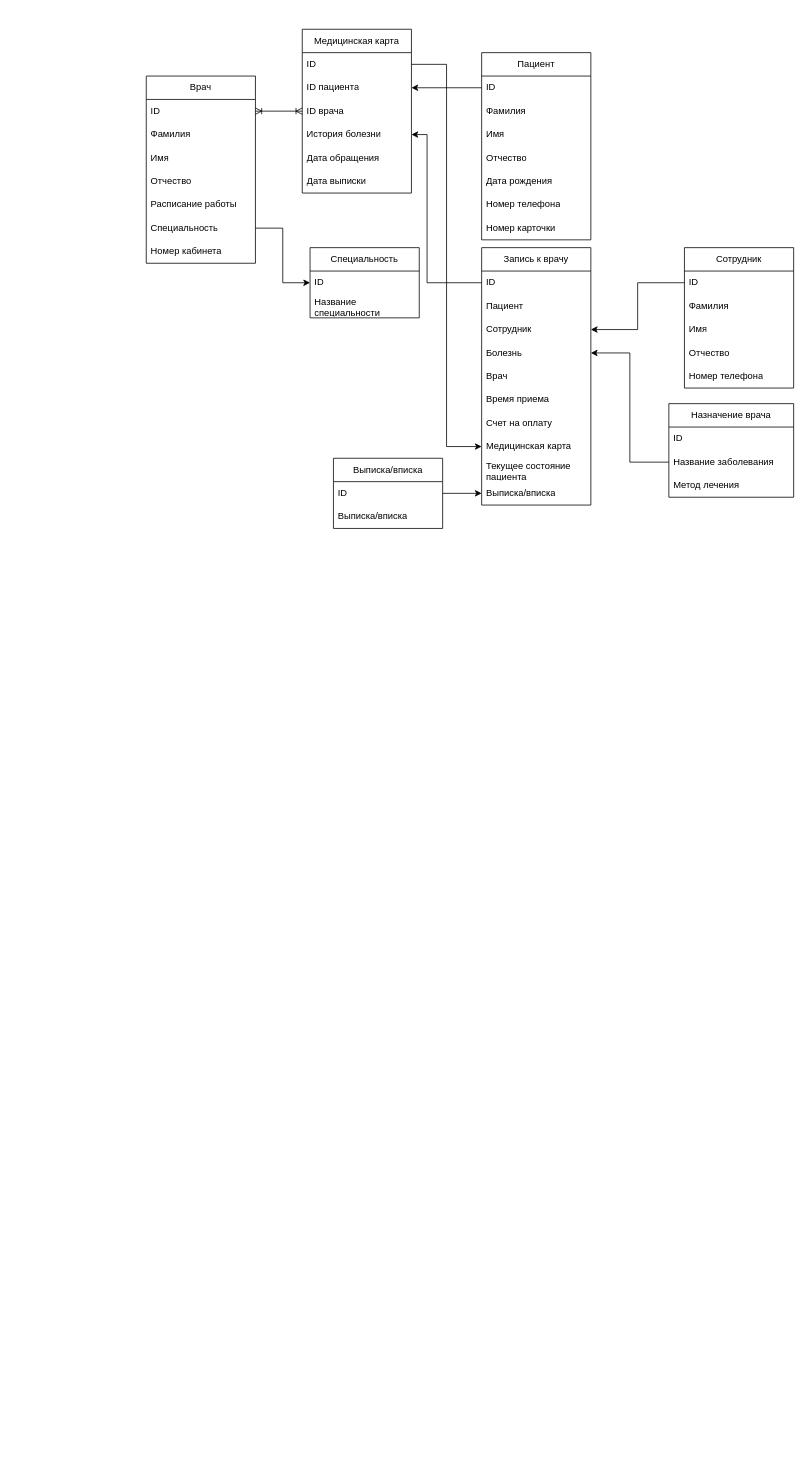
This is Диаграмма без названия.drawio from Marr1nna/-6, a draw.io file, before an edit. Source tidied: cells renumbered, new cells numbered last; positions are measured from the earlier drawing's top-left corner, leaving out a move shared by most shapes. Both pictures are drawn from the tidied source at 78%, with x=0, y=0 at pixel (146, 29).
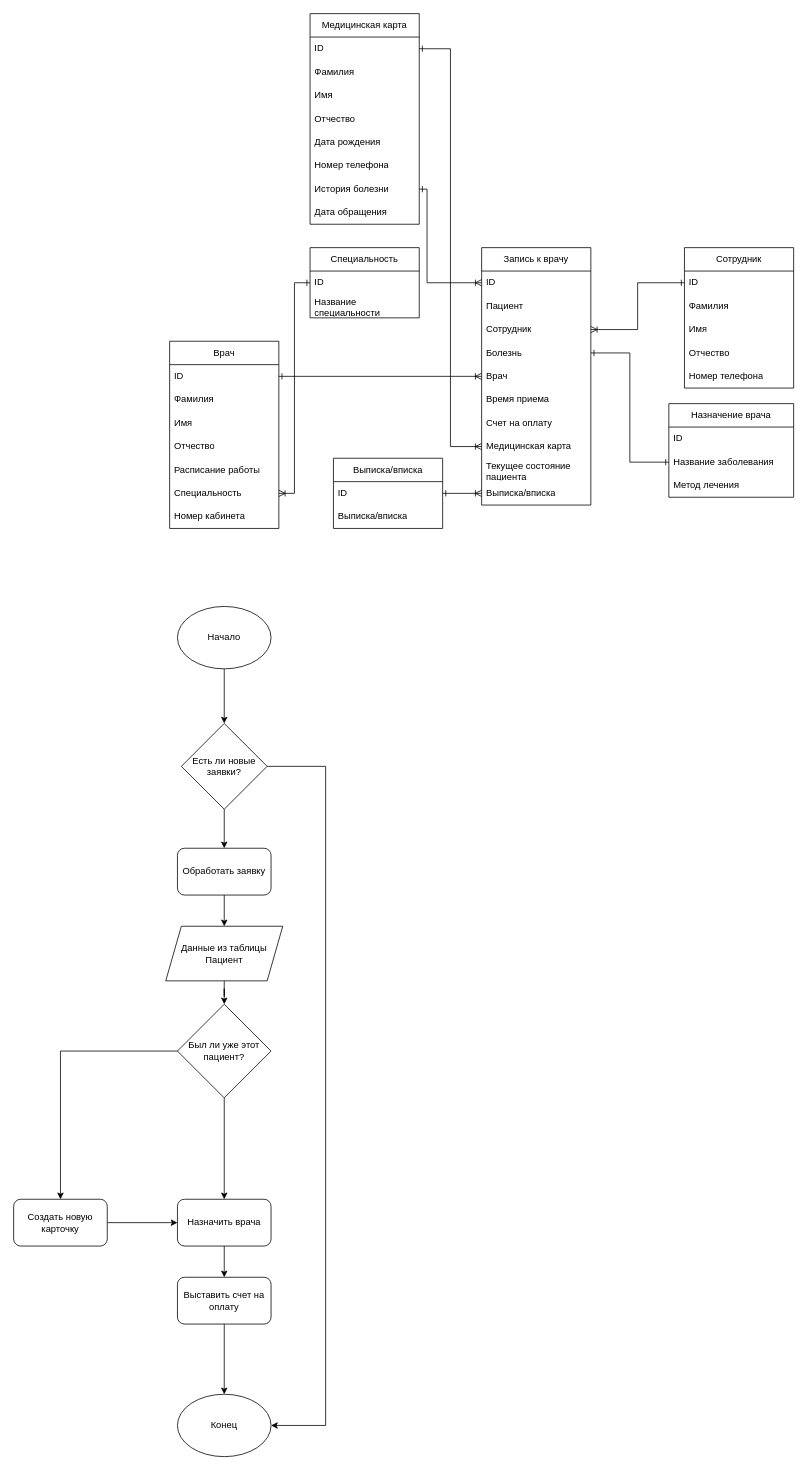
After the change.

Unchanged cells that the change refers to:
```xml
<mxCell id="3" value="ID" style="text;strokeColor=none;fillColor=none;align=left;verticalAlign=middle;spacingLeft=4;spacingRight=4;overflow=hidden;points=[[0,0.5],[1,0.5]];portConstraint=eastwest;whiteSpace=wrap;html=1;" parent="2" vertex="1">
  <mxGeometry y="30" width="140" height="30" as="geometry" />
</mxCell>
<mxCell id="8" value="Специальность" style="text;strokeColor=none;fillColor=none;align=left;verticalAlign=middle;spacingLeft=4;spacingRight=4;overflow=hidden;points=[[0,0.5],[1,0.5]];portConstraint=eastwest;whiteSpace=wrap;html=1;" parent="2" vertex="1">
  <mxGeometry y="180" width="140" height="30" as="geometry" />
</mxCell>
<mxCell id="20" value="Название заболевания" style="text;strokeColor=none;fillColor=none;align=left;verticalAlign=middle;spacingLeft=4;spacingRight=4;overflow=hidden;points=[[0,0.5],[1,0.5]];portConstraint=eastwest;whiteSpace=wrap;html=1;" parent="18" vertex="1">
  <mxGeometry y="60" width="160" height="30" as="geometry" />
</mxCell>
<mxCell id="23" value="ID" style="text;strokeColor=none;fillColor=none;align=left;verticalAlign=middle;spacingLeft=4;spacingRight=4;overflow=hidden;points=[[0,0.5],[1,0.5]];portConstraint=eastwest;whiteSpace=wrap;html=1;" parent="22" vertex="1">
  <mxGeometry y="30" width="140" height="30" as="geometry" />
</mxCell>
<mxCell id="32" value="ID" style="text;strokeColor=none;fillColor=none;align=left;verticalAlign=middle;spacingLeft=4;spacingRight=4;overflow=hidden;points=[[0,0.5],[1,0.5]];portConstraint=eastwest;whiteSpace=wrap;html=1;" parent="31" vertex="1">
  <mxGeometry y="30" width="140" height="30" as="geometry" />
</mxCell>
<mxCell id="36" value="ID" style="text;strokeColor=none;fillColor=none;align=left;verticalAlign=middle;spacingLeft=4;spacingRight=4;overflow=hidden;points=[[0,0.5],[1,0.5]];portConstraint=eastwest;whiteSpace=wrap;html=1;" parent="35" vertex="1">
  <mxGeometry y="30" width="140" height="30" as="geometry" />
</mxCell>
<mxCell id="42" value="ID" style="text;strokeColor=none;fillColor=none;align=left;verticalAlign=middle;spacingLeft=4;spacingRight=4;overflow=hidden;points=[[0,0.5],[1,0.5]];portConstraint=eastwest;whiteSpace=wrap;html=1;" parent="41" vertex="1">
  <mxGeometry y="30" width="140" height="30" as="geometry" />
</mxCell>
<mxCell id="44" value="Сотрудник" style="text;strokeColor=none;fillColor=none;align=left;verticalAlign=middle;spacingLeft=4;spacingRight=4;overflow=hidden;points=[[0,0.5],[1,0.5]];portConstraint=eastwest;whiteSpace=wrap;html=1;" parent="41" vertex="1">
  <mxGeometry y="90" width="140" height="30" as="geometry" />
</mxCell>
<mxCell id="45" value="Болезнь" style="text;strokeColor=none;fillColor=none;align=left;verticalAlign=middle;spacingLeft=4;spacingRight=4;overflow=hidden;points=[[0,0.5],[1,0.5]];portConstraint=eastwest;whiteSpace=wrap;html=1;" parent="41" vertex="1">
  <mxGeometry y="120" width="140" height="30" as="geometry" />
</mxCell>
<mxCell id="46" value="Врач" style="text;strokeColor=none;fillColor=none;align=left;verticalAlign=middle;spacingLeft=4;spacingRight=4;overflow=hidden;points=[[0,0.5],[1,0.5]];portConstraint=eastwest;whiteSpace=wrap;html=1;" parent="41" vertex="1">
  <mxGeometry y="150" width="140" height="30" as="geometry" />
</mxCell>
<mxCell id="49" value="Медицинская карта" style="text;strokeColor=none;fillColor=none;align=left;verticalAlign=middle;spacingLeft=4;spacingRight=4;overflow=hidden;points=[[0,0.5],[1,0.5]];portConstraint=eastwest;whiteSpace=wrap;html=1;" parent="41" vertex="1">
  <mxGeometry y="240" width="140" height="30" as="geometry" />
</mxCell>
<mxCell id="51" value="Выписка/вписка" style="text;strokeColor=none;fillColor=none;align=left;verticalAlign=middle;spacingLeft=4;spacingRight=4;overflow=hidden;points=[[0,0.5],[1,0.5]];portConstraint=eastwest;whiteSpace=wrap;html=1;" parent="41" vertex="1">
  <mxGeometry y="300" width="140" height="30" as="geometry" />
</mxCell>
<mxCell id="57" value="ID" style="text;strokeColor=none;fillColor=none;align=left;verticalAlign=middle;spacingLeft=4;spacingRight=4;overflow=hidden;points=[[0,0.5],[1,0.5]];portConstraint=eastwest;whiteSpace=wrap;html=1;" parent="56" vertex="1">
  <mxGeometry y="30" width="140" height="30" as="geometry" />
</mxCell>
```

Diff of the diagram source:
```diff
@@
     <mxCell id="2" value="Врач" style="swimlane;fontStyle=0;horizontal=1;startSize=30;whiteSpace=wrap;html=1;" parent="1" vertex="1">
-      <mxGeometry y="60" width="140" height="240" as="geometry" />
+      <mxGeometry x="30" y="400" width="140" height="240" as="geometry" />
     </mxCell>
@@
-    <mxCell id="10" value="Пациент" style="swimlane;fontStyle=0;horizontal=1;startSize=30;whiteSpace=wrap;html=1;" parent="1" vertex="1">
-      <mxGeometry x="430" y="30" width="140" height="240" as="geometry" />
-    </mxCell>
-    <mxCell id="11" value="ID" style="text;strokeColor=none;fillColor=none;align=left;verticalAlign=middle;spacingLeft=4;spacingRight=4;overflow=hidden;points=[[0,0.5],[1,0.5]];portConstraint=eastwest;whiteSpace=wrap;html=1;" parent="10" vertex="1">
-      <mxGeometry y="30" width="140" height="30" as="geometry" />
-    </mxCell>
-    <mxCell id="12" value="Фамилия" style="text;strokeColor=none;fillColor=none;align=left;verticalAlign=middle;spacingLeft=4;spacingRight=4;overflow=hidden;whiteSpace=wrap;html=1;" parent="10" vertex="1">
-      <mxGeometry y="60" width="140" height="30" as="geometry" />
-    </mxCell>
-    <mxCell id="13" value="Имя" style="text;strokeColor=none;fillColor=none;align=left;verticalAlign=middle;spacingLeft=4;spacingRight=4;overflow=hidden;whiteSpace=wrap;html=1;" parent="10" vertex="1">
-      <mxGeometry y="90" width="140" height="30" as="geometry" />
-    </mxCell>
-    <mxCell id="14" value="Отчество" style="text;strokeColor=none;fillColor=none;align=left;verticalAlign=middle;spacingLeft=4;spacingRight=4;overflow=hidden;whiteSpace=wrap;html=1;" parent="10" vertex="1">
-      <mxGeometry y="120" width="140" height="30" as="geometry" />
-    </mxCell>
-    <mxCell id="15" value="Дата рождения" style="text;strokeColor=none;fillColor=none;align=left;verticalAlign=middle;spacingLeft=4;spacingRight=4;overflow=hidden;whiteSpace=wrap;html=1;" parent="10" vertex="1">
-      <mxGeometry y="150" width="140" height="30" as="geometry" />
-    </mxCell>
-    <mxCell id="16" value="Номер телефона" style="text;strokeColor=none;fillColor=none;align=left;verticalAlign=middle;spacingLeft=4;spacingRight=4;overflow=hidden;whiteSpace=wrap;html=1;" parent="10" vertex="1">
-      <mxGeometry y="180" width="140" height="30" as="geometry" />
-    </mxCell>
-    <mxCell id="17" value="Номер карточки" style="text;strokeColor=none;fillColor=none;align=left;verticalAlign=middle;spacingLeft=4;spacingRight=4;overflow=hidden;whiteSpace=wrap;html=1;" parent="10" vertex="1">
-      <mxGeometry y="210" width="140" height="30" as="geometry" />
-    </mxCell>
@@
     <mxCell id="22" value="Медицинская карта" style="swimlane;fontStyle=0;horizontal=1;startSize=30;whiteSpace=wrap;html=1;" parent="1" vertex="1">
-      <mxGeometry x="200" width="140" height="210" as="geometry" />
+      <mxGeometry x="210" y="-20" width="140" height="270" as="geometry" />
     </mxCell>
@@
-    <mxCell id="24" value="ID пациента" style="text;strokeColor=none;fillColor=none;align=left;verticalAlign=middle;spacingLeft=4;spacingRight=4;overflow=hidden;points=[[0,0.5],[1,0.5]];portConstraint=eastwest;whiteSpace=wrap;html=1;" parent="22" vertex="1">
-      <mxGeometry y="60" width="140" height="30" as="geometry" />
-    </mxCell>
-    <mxCell id="25" value="ID врача" style="text;strokeColor=none;fillColor=none;align=left;verticalAlign=middle;spacingLeft=4;spacingRight=4;overflow=hidden;points=[[0,0.5],[1,0.5]];portConstraint=eastwest;whiteSpace=wrap;html=1;" parent="22" vertex="1">
-      <mxGeometry y="90" width="140" height="30" as="geometry" />
-    </mxCell>
+    <mxCell id="12" value="Фамилия" style="text;strokeColor=none;fillColor=none;align=left;verticalAlign=middle;spacingLeft=4;spacingRight=4;overflow=hidden;whiteSpace=wrap;html=1;" parent="22" vertex="1">
+      <mxGeometry y="60" width="140" height="30" as="geometry" />
+    </mxCell>
+    <mxCell id="13" value="Имя" style="text;strokeColor=none;fillColor=none;align=left;verticalAlign=middle;spacingLeft=4;spacingRight=4;overflow=hidden;whiteSpace=wrap;html=1;" parent="22" vertex="1">
+      <mxGeometry y="90" width="140" height="30" as="geometry" />
+    </mxCell>
+    <mxCell id="14" value="Отчество" style="text;strokeColor=none;fillColor=none;align=left;verticalAlign=middle;spacingLeft=4;spacingRight=4;overflow=hidden;whiteSpace=wrap;html=1;" parent="22" vertex="1">
+      <mxGeometry y="120" width="140" height="30" as="geometry" />
+    </mxCell>
+    <mxCell id="15" value="Дата рождения" style="text;strokeColor=none;fillColor=none;align=left;verticalAlign=middle;spacingLeft=4;spacingRight=4;overflow=hidden;whiteSpace=wrap;html=1;" parent="22" vertex="1">
+      <mxGeometry y="150" width="140" height="30" as="geometry" />
+    </mxCell>
+    <mxCell id="16" value="Номер телефона" style="text;strokeColor=none;fillColor=none;align=left;verticalAlign=middle;spacingLeft=4;spacingRight=4;overflow=hidden;whiteSpace=wrap;html=1;" parent="22" vertex="1">
+      <mxGeometry y="180" width="140" height="30" as="geometry" />
+    </mxCell>
     <mxCell id="26" value="История болезни" style="text;strokeColor=none;fillColor=none;align=left;verticalAlign=middle;spacingLeft=4;spacingRight=4;overflow=hidden;points=[[0,0.5],[1,0.5]];portConstraint=eastwest;whiteSpace=wrap;html=1;" parent="22" vertex="1">
-      <mxGeometry y="120" width="140" height="30" as="geometry" />
+      <mxGeometry y="210" width="140" height="30" as="geometry" />
     </mxCell>
     <mxCell id="27" value="Дата обращения" style="text;strokeColor=none;fillColor=none;align=left;verticalAlign=middle;spacingLeft=4;spacingRight=4;overflow=hidden;whiteSpace=wrap;html=1;" parent="22" vertex="1">
-      <mxGeometry y="150" width="140" height="30" as="geometry" />
+      <mxGeometry y="240" width="140" height="30" as="geometry" />
     </mxCell>
-    <mxCell id="28" value="Дата выписки" style="text;strokeColor=none;fillColor=none;align=left;verticalAlign=middle;spacingLeft=4;spacingRight=4;overflow=hidden;whiteSpace=wrap;html=1;" parent="22" vertex="1">
-      <mxGeometry y="180" width="140" height="30" as="geometry" />
-    </mxCell>
-    <mxCell id="29" style="edgeStyle=orthogonalEdgeStyle;rounded=0;jettySize=auto;html=1;entryX=1;entryY=0.5;entryDx=0;entryDy=0;" parent="1" edge="1" source="11" target="24">
-      <mxGeometry relative="1" as="geometry" />
-    </mxCell>
-    <mxCell id="30" style="edgeStyle=orthogonalEdgeStyle;rounded=0;jettySize=auto;html=1;entryX=0;entryY=0.5;entryDx=0;entryDy=0;startArrow=ERoneToMany;startFill=0;endArrow=ERoneToMany;endFill=0;" parent="1" edge="1" source="3" target="25">
-      <mxGeometry relative="1" as="geometry" />
-    </mxCell>
@@
-    <mxCell id="34" style="edgeStyle=orthogonalEdgeStyle;rounded=0;jettySize=auto;html=1;entryX=0;entryY=0.5;entryDx=0;entryDy=0;exitX=1;exitY=0.5;exitDx=0;exitDy=0;" parent="1" edge="1" source="8" target="32">
+    <mxCell id="34" style="edgeStyle=orthogonalEdgeStyle;rounded=0;jettySize=auto;html=1;entryX=0;entryY=0.5;entryDx=0;entryDy=0;exitX=1;exitY=0.5;exitDx=0;exitDy=0;startArrow=ERoneToMany;startFill=0;endArrow=ERone;endFill=0;" parent="1" edge="1" source="8" target="32">
       <mxGeometry relative="1" as="geometry" />
     </mxCell>
@@
-    <mxCell id="52" style="edgeStyle=orthogonalEdgeStyle;rounded=0;jettySize=auto;html=1;entryX=1;entryY=0.5;entryDx=0;entryDy=0;" parent="1" edge="1" source="42" target="26">
+    <mxCell id="52" style="edgeStyle=orthogonalEdgeStyle;rounded=0;jettySize=auto;html=1;entryX=1;entryY=0.5;entryDx=0;entryDy=0;startArrow=ERoneToMany;startFill=0;endArrow=ERone;endFill=0;" parent="1" edge="1" source="42" target="26">
       <mxGeometry relative="1" as="geometry">
         <Array as="points">
           <mxPoint x="360" y="325" />
-          <mxPoint x="360" y="135" />
+          <mxPoint x="360" y="205" />
         </Array>
       </mxGeometry>
     </mxCell>
-    <mxCell id="53" style="edgeStyle=orthogonalEdgeStyle;rounded=0;jettySize=auto;html=1;entryX=1;entryY=0.5;entryDx=0;entryDy=0;" parent="1" edge="1" source="36" target="44">
+    <mxCell id="53" style="edgeStyle=orthogonalEdgeStyle;rounded=0;jettySize=auto;html=1;entryX=1;entryY=0.5;entryDx=0;entryDy=0;startArrow=ERone;startFill=0;endArrow=ERoneToMany;endFill=0;" parent="1" edge="1" source="36" target="44">
       <mxGeometry relative="1" as="geometry" />
     </mxCell>
-    <mxCell id="54" style="edgeStyle=orthogonalEdgeStyle;rounded=0;jettySize=auto;html=1;entryX=1;entryY=0.5;entryDx=0;entryDy=0;" parent="1" edge="1" source="20" target="45">
+    <mxCell id="54" style="edgeStyle=orthogonalEdgeStyle;rounded=0;jettySize=auto;html=1;entryX=1;entryY=0.5;entryDx=0;entryDy=0;startArrow=ERone;startFill=0;endArrow=ERone;endFill=0;" parent="1" edge="1" source="20" target="45">
       <mxGeometry relative="1" as="geometry" />
     </mxCell>
-    <mxCell id="55" style="edgeStyle=orthogonalEdgeStyle;rounded=0;jettySize=auto;html=1;entryX=0;entryY=0.5;entryDx=0;entryDy=0;" parent="1" edge="1" source="23" target="49">
+    <mxCell id="55" style="edgeStyle=orthogonalEdgeStyle;rounded=0;jettySize=auto;html=1;entryX=0;entryY=0.5;entryDx=0;entryDy=0;startArrow=ERone;startFill=0;endArrow=ERoneToMany;endFill=0;" parent="1" edge="1" source="23" target="49">
       <mxGeometry relative="1" as="geometry" />
     </mxCell>
@@
-    <mxCell id="59" style="edgeStyle=orthogonalEdgeStyle;rounded=0;jettySize=auto;html=1;entryX=0;entryY=0.5;entryDx=0;entryDy=0;" parent="1" edge="1" source="57" target="51">
+    <mxCell id="59" style="edgeStyle=orthogonalEdgeStyle;rounded=0;jettySize=auto;html=1;entryX=0;entryY=0.5;entryDx=0;entryDy=0;startArrow=ERone;startFill=0;endArrow=ERoneToMany;endFill=0;" parent="1" edge="1" source="57" target="51">
       <mxGeometry relative="1" as="geometry" />
     </mxCell>
+    <mxCell id="60" style="edgeStyle=orthogonalEdgeStyle;rounded=0;jettySize=auto;html=1;entryX=0;entryY=0.5;entryDx=0;entryDy=0;startArrow=ERone;startFill=0;endArrow=ERoneToMany;endFill=0;" parent="1" edge="1" source="3" target="46">
+      <mxGeometry relative="1" as="geometry" />
+    </mxCell>
+    <mxCell id="61" style="edgeStyle=orthogonalEdgeStyle;rounded=0;jettySize=auto;html=1;" parent="1" edge="1" source="62" target="75">
+      <mxGeometry relative="1" as="geometry" />
+    </mxCell>
+    <mxCell id="62" value="Начало" style="ellipse;whiteSpace=wrap;html=1;" parent="1" vertex="1">
+      <mxGeometry x="40" y="740" width="120" height="80" as="geometry" />
+    </mxCell>
+    <mxCell id="63" style="edgeStyle=orthogonalEdgeStyle;rounded=0;jettySize=auto;html=1;" parent="1" edge="1" source="64" target="79">
+      <mxGeometry relative="1" as="geometry" />
+    </mxCell>
+    <mxCell id="64" value="Обработать заявку" style="rounded=1;whiteSpace=wrap;html=1;" parent="1" vertex="1">
+      <mxGeometry x="40" y="1050" width="120" height="60" as="geometry" />
+    </mxCell>
+    <mxCell id="65" style="edgeStyle=orthogonalEdgeStyle;rounded=0;jettySize=auto;html=1;" parent="1" edge="1" source="67" target="69">
+      <mxGeometry relative="1" as="geometry" />
+    </mxCell>
+    <mxCell id="66" style="edgeStyle=orthogonalEdgeStyle;rounded=0;jettySize=auto;html=1;" parent="1" edge="1" source="67" target="71">
+      <mxGeometry relative="1" as="geometry" />
+    </mxCell>
+    <mxCell id="67" value="Был ли уже этот пациент?" style="rhombus;whiteSpace=wrap;html=1;" parent="1" vertex="1">
+      <mxGeometry x="40" y="1250" width="120" height="120" as="geometry" />
+    </mxCell>
+    <mxCell id="68" style="edgeStyle=orthogonalEdgeStyle;rounded=0;jettySize=auto;html=1;" parent="1" edge="1" source="69" target="71">
+      <mxGeometry relative="1" as="geometry" />
+    </mxCell>
+    <mxCell id="69" value="Создать новую карточку" style="rounded=1;whiteSpace=wrap;html=1;" parent="1" vertex="1">
+      <mxGeometry x="-170" y="1500" width="120" height="60" as="geometry" />
+    </mxCell>
+    <mxCell id="70" style="edgeStyle=orthogonalEdgeStyle;rounded=0;jettySize=auto;html=1;" parent="1" edge="1" source="71" target="73">
+      <mxGeometry relative="1" as="geometry" />
+    </mxCell>
+    <mxCell id="71" value="Назначить врача" style="rounded=1;whiteSpace=wrap;html=1;" parent="1" vertex="1">
+      <mxGeometry x="40" y="1500" width="120" height="60" as="geometry" />
+    </mxCell>
+    <mxCell id="72" style="edgeStyle=orthogonalEdgeStyle;rounded=0;jettySize=auto;html=1;entryX=0.5;entryY=0;entryDx=0;entryDy=0;" parent="1" edge="1" source="73" target="76">
+      <mxGeometry relative="1" as="geometry" />
+    </mxCell>
+    <mxCell id="73" value="Выставить счет на оплату" style="rounded=1;whiteSpace=wrap;html=1;" parent="1" vertex="1">
+      <mxGeometry x="40" y="1600" width="120" height="60" as="geometry" />
+    </mxCell>
+    <mxCell id="74" style="edgeStyle=orthogonalEdgeStyle;rounded=0;jettySize=auto;html=1;" parent="1" edge="1" source="75" target="64">
+      <mxGeometry relative="1" as="geometry" />
+    </mxCell>
+    <mxCell id="75" value="Есть ли новые заявки?" style="rhombus;whiteSpace=wrap;html=1;" parent="1" vertex="1">
+      <mxGeometry x="45" y="890" width="110" height="110" as="geometry" />
+    </mxCell>
+    <mxCell id="76" value="Конец" style="ellipse;whiteSpace=wrap;html=1;" parent="1" vertex="1">
+      <mxGeometry x="40" y="1750" width="120" height="80" as="geometry" />
+    </mxCell>
+    <mxCell id="77" style="edgeStyle=orthogonalEdgeStyle;rounded=0;jettySize=auto;html=1;entryX=1;entryY=0.5;entryDx=0;entryDy=0;exitX=1;exitY=0.5;exitDx=0;exitDy=0;" parent="1" edge="1" source="75" target="76">
+      <mxGeometry relative="1" as="geometry">
+        <Array as="points">
+          <mxPoint x="230" y="945" />
+          <mxPoint x="230" y="1790" />
+        </Array>
+      </mxGeometry>
+    </mxCell>
+    <mxCell id="78" style="edgeStyle=orthogonalEdgeStyle;rounded=0;jettySize=auto;html=1;" parent="1" edge="1" source="79" target="67">
+      <mxGeometry relative="1" as="geometry" />
+    </mxCell>
+    <mxCell id="79" value="Данные из таблицы Пациент" style="shape=parallelogram;perimeter=parallelogramPerimeter;whiteSpace=wrap;html=1;fixedSize=1;" parent="1" vertex="1">
+      <mxGeometry x="25" y="1150" width="150" height="70" as="geometry" />
+    </mxCell>
```
